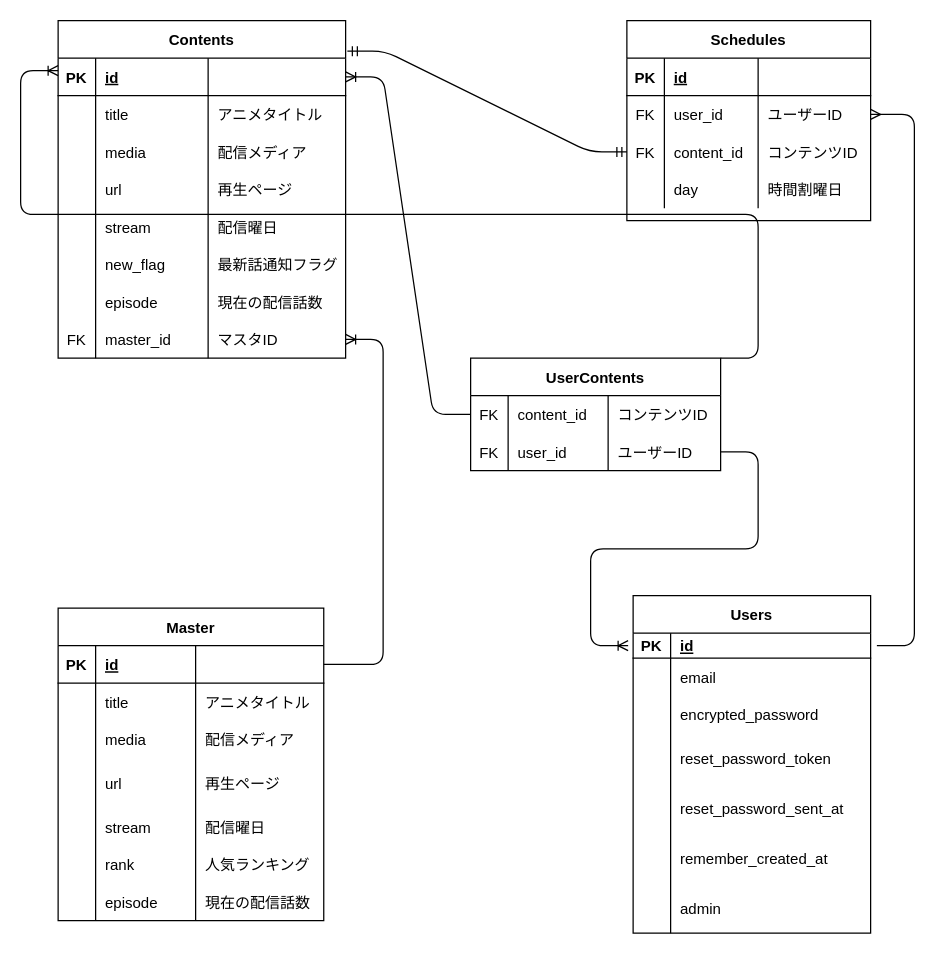
This is erd.dio from inoway46/subani, a draw.io file, before an edit. Source tidied: cells renumbered, new cells numbered last; positions are measured from the earlier drawing's top-left corner, leaving out a move shared by most shapes. Both pictures are drawn from the tidied source at 125%, with x=0, y=0 at pixel (58, 20).
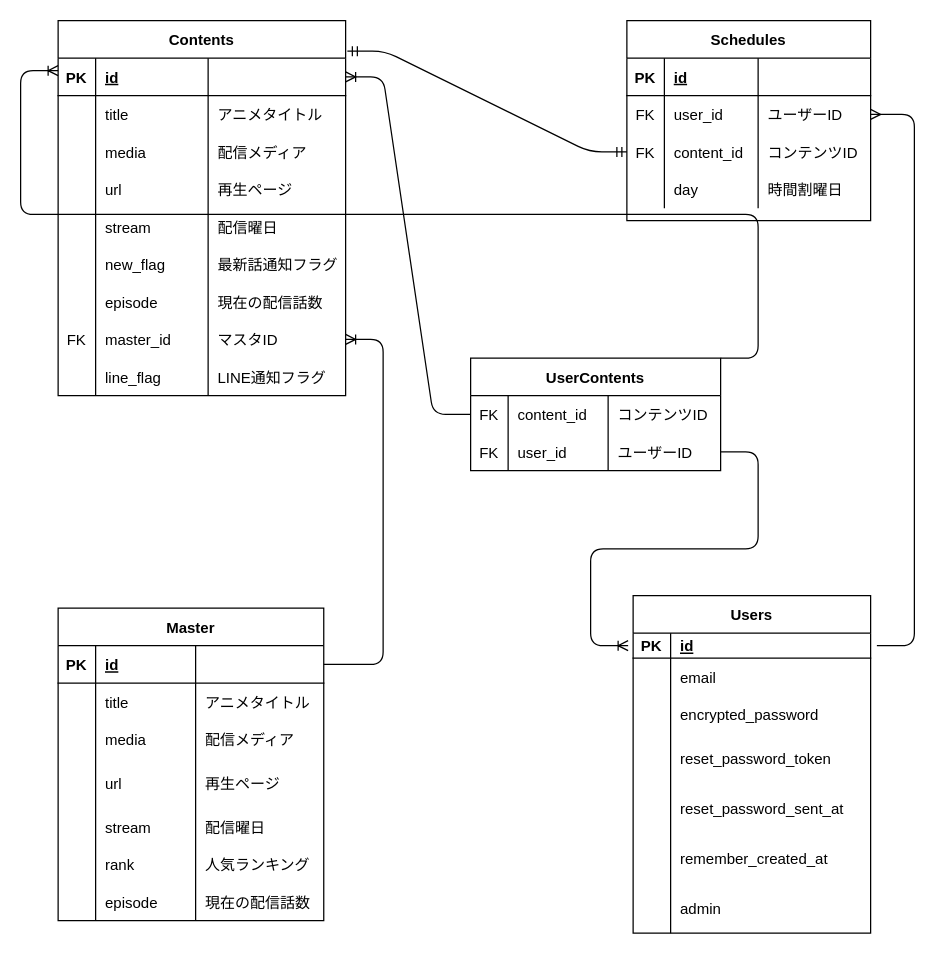
The same diagram, later.

Commit message (it also covers changes not shown here):
トップページを微修正、ER図を修正

What changed in the source:
```diff
@@
     <mxCell id="2" value="Contents" style="shape=table;startSize=30;childLayout=tableLayout;rowLines=0;fontStyle=1;align=center;" parent="1" vertex="1">
-      <mxGeometry width="230" height="270" as="geometry" />
+      <mxGeometry width="230" height="300" as="geometry" />
     </mxCell>
@@
+    <mxCell id="119" style="shape=partialRectangle;fillColor=none;top=0;left=0;bottom=0;right=0;" parent="2" vertex="1">
+      <mxGeometry y="270" width="230" height="30" as="geometry" />
+    </mxCell>
+    <mxCell id="120" style="shape=partialRectangle;fillColor=none;top=0;left=0;bottom=0;right=0;overflow=hidden;" parent="119" vertex="1">
+      <mxGeometry width="30" height="30" as="geometry" />
+    </mxCell>
+    <mxCell id="121" value="line_flag" style="shape=partialRectangle;fillColor=none;top=0;left=0;bottom=0;right=0;align=left;spacingLeft=6;overflow=hidden;" parent="119" vertex="1">
+      <mxGeometry x="30" width="90" height="30" as="geometry" />
+    </mxCell>
+    <mxCell id="122" value="LINE通知フラグ" style="shape=partialRectangle;fillColor=none;top=0;left=0;bottom=0;right=0;align=left;spacingLeft=6;overflow=hidden;" parent="119" vertex="1">
+      <mxGeometry x="120" width="110" height="30" as="geometry" />
+    </mxCell>
```
